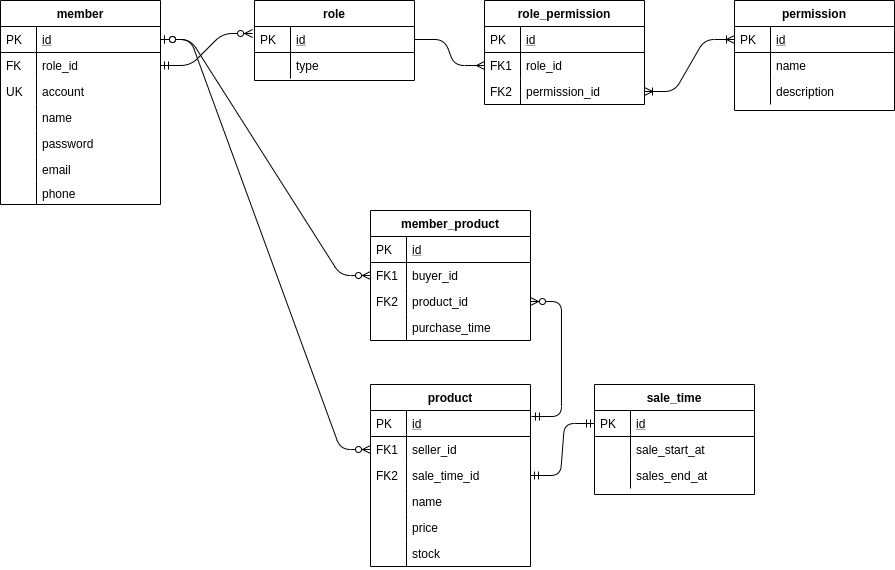
Earlier version of the draw.io export docs/erd.png (SeohyunJung1231/ecommerce-time-deal). Source tidied: cells renumbered, new cells last; positions are measured from the earlier drawing's top-left corner, leaving out a move shared by most shapes.
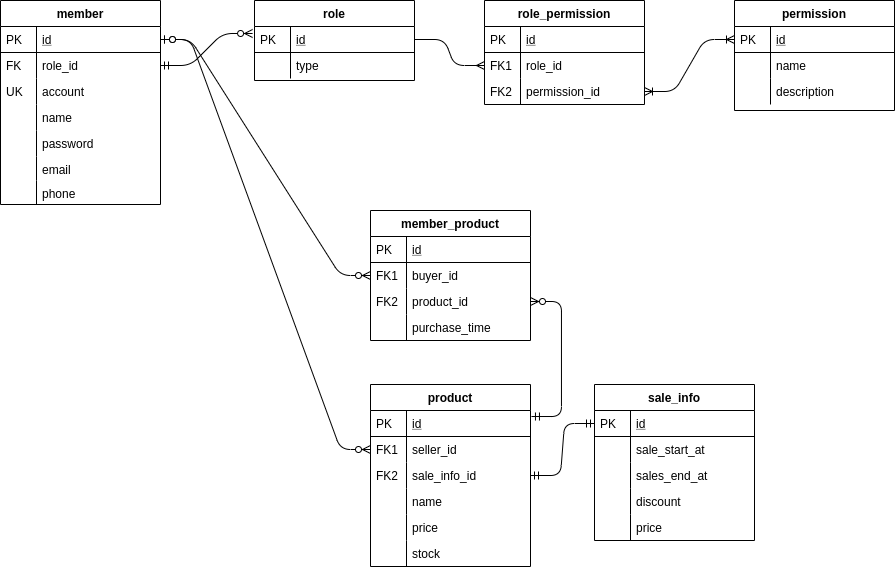
The same file after the commit.

Commit message:
TD-6 add additional APIs

* update readme

Change to the diagram source:
```diff
@@ -140,7 +140,7 @@
     <mxCell id="47" value="FK1" style="shape=partialRectangle;top=0;left=0;bottom=0;fillColor=none;align=left;verticalAlign=top;spacingLeft=4;spacingRight=4;overflow=hidden;" parent="46" vertex="1">
       <mxGeometry width="36" height="26" as="geometry" />
     </mxCell>
-    <mxCell id="48" value="sale_time_id" style="shape=partialRectangle;top=0;left=0;right=0;bottom=0;align=left;verticalAlign=top;fillColor=none;spacingLeft=40;spacingRight=4;overflow=hidden;points=[[0,0.5],[1,0.5]];portConstraint=eastwest;rounded=0;shadow=0;strokeWidth=1;" parent="43" vertex="1">
+    <mxCell id="48" value="sale_info_id" style="shape=partialRectangle;top=0;left=0;right=0;bottom=0;align=left;verticalAlign=top;fillColor=none;spacingLeft=40;spacingRight=4;overflow=hidden;points=[[0,0.5],[1,0.5]];portConstraint=eastwest;rounded=0;shadow=0;strokeWidth=1;" parent="43" vertex="1">
       <mxGeometry y="78" width="160" height="26" as="geometry" />
     </mxCell>
     <mxCell id="49" value="FK2" style="shape=partialRectangle;top=0;left=0;bottom=0;fillColor=none;align=left;verticalAlign=top;spacingLeft=4;spacingRight=4;overflow=hidden;" parent="48" vertex="1">
@@ -164,8 +164,8 @@
     <mxCell id="55" style="shape=partialRectangle;top=0;left=0;bottom=0;fillColor=none;align=left;verticalAlign=top;spacingLeft=4;spacingRight=4;overflow=hidden;" parent="54" vertex="1">
       <mxGeometry width="36" height="26" as="geometry" />
     </mxCell>
-    <mxCell id="56" value="sale_time" style="swimlane;fontStyle=1;horizontal=1;startSize=26;rounded=0;shadow=0;strokeWidth=1;" parent="1" vertex="1">
-      <mxGeometry x="594" y="384" width="160" height="110" as="geometry" />
+    <mxCell id="56" value="sale_info" style="swimlane;fontStyle=1;horizontal=1;startSize=26;rounded=0;shadow=0;strokeWidth=1;" parent="1" vertex="1">
+      <mxGeometry x="594" y="384" width="160" height="156" as="geometry" />
     </mxCell>
     <mxCell id="57" value="id" style="shape=partialRectangle;top=0;left=0;right=0;bottom=1;align=left;verticalAlign=top;fillColor=none;spacingLeft=40;spacingRight=4;overflow=hidden;points=[[0,0.5],[1,0.5]];portConstraint=eastwest;rounded=0;shadow=0;strokeWidth=1;fontStyle=4;" parent="56" vertex="1">
       <mxGeometry y="26" width="160" height="26" as="geometry" />
@@ -179,12 +179,24 @@
     <mxCell id="60" style="shape=partialRectangle;top=0;left=0;bottom=0;fillColor=none;align=left;verticalAlign=top;spacingLeft=4;spacingRight=4;overflow=hidden;" parent="59" vertex="1">
       <mxGeometry width="36" height="26" as="geometry" />
     </mxCell>
+    <mxCell id="72" value="sales_end_at" style="shape=partialRectangle;top=0;left=0;right=0;bottom=0;align=left;verticalAlign=top;fillColor=none;spacingLeft=40;spacingRight=4;overflow=hidden;rounded=0;shadow=0;strokeWidth=1;" parent="56" vertex="1">
+      <mxGeometry y="78" width="160" height="26" as="geometry" />
+    </mxCell>
+    <mxCell id="73" style="shape=partialRectangle;top=0;left=0;bottom=0;fillColor=none;align=left;verticalAlign=top;spacingLeft=4;spacingRight=4;overflow=hidden;" parent="72" vertex="1">
+      <mxGeometry width="36" height="26" as="geometry" />
+    </mxCell>
-    <mxCell id="61" value="sales_end_at" style="shape=partialRectangle;top=0;left=0;right=0;bottom=0;align=left;verticalAlign=top;fillColor=none;spacingLeft=40;spacingRight=4;overflow=hidden;rounded=0;shadow=0;strokeWidth=1;" parent="56" vertex="1">
-      <mxGeometry y="78" width="160" height="26" as="geometry" />
+    <mxCell id="61" value="discount" style="shape=partialRectangle;top=0;left=0;right=0;bottom=0;align=left;verticalAlign=top;fillColor=none;spacingLeft=40;spacingRight=4;overflow=hidden;rounded=0;shadow=0;strokeWidth=1;" parent="56" vertex="1">
+      <mxGeometry y="104" width="160" height="26" as="geometry" />
     </mxCell>
     <mxCell id="62" style="shape=partialRectangle;top=0;left=0;bottom=0;fillColor=none;align=left;verticalAlign=top;spacingLeft=4;spacingRight=4;overflow=hidden;" parent="61" vertex="1">
       <mxGeometry width="36" height="26" as="geometry" />
     </mxCell>
+    <mxCell id="74" value="price" style="shape=partialRectangle;top=0;left=0;right=0;bottom=0;align=left;verticalAlign=top;fillColor=none;spacingLeft=40;spacingRight=4;overflow=hidden;rounded=0;shadow=0;strokeWidth=1;" parent="56" vertex="1">
+      <mxGeometry y="130" width="160" height="26" as="geometry" />
+    </mxCell>
+    <mxCell id="75" style="shape=partialRectangle;top=0;left=0;bottom=0;fillColor=none;align=left;verticalAlign=top;spacingLeft=4;spacingRight=4;overflow=hidden;" parent="74" vertex="1">
+      <mxGeometry width="36" height="26" as="geometry" />
+    </mxCell>
     <mxCell id="63" value="member_product" style="swimlane;fontStyle=1;horizontal=1;startSize=26;rounded=0;shadow=0;strokeWidth=1;" parent="1" vertex="1">
       <mxGeometry x="370" y="210" width="160" height="130" as="geometry" />
     </mxCell>
```
